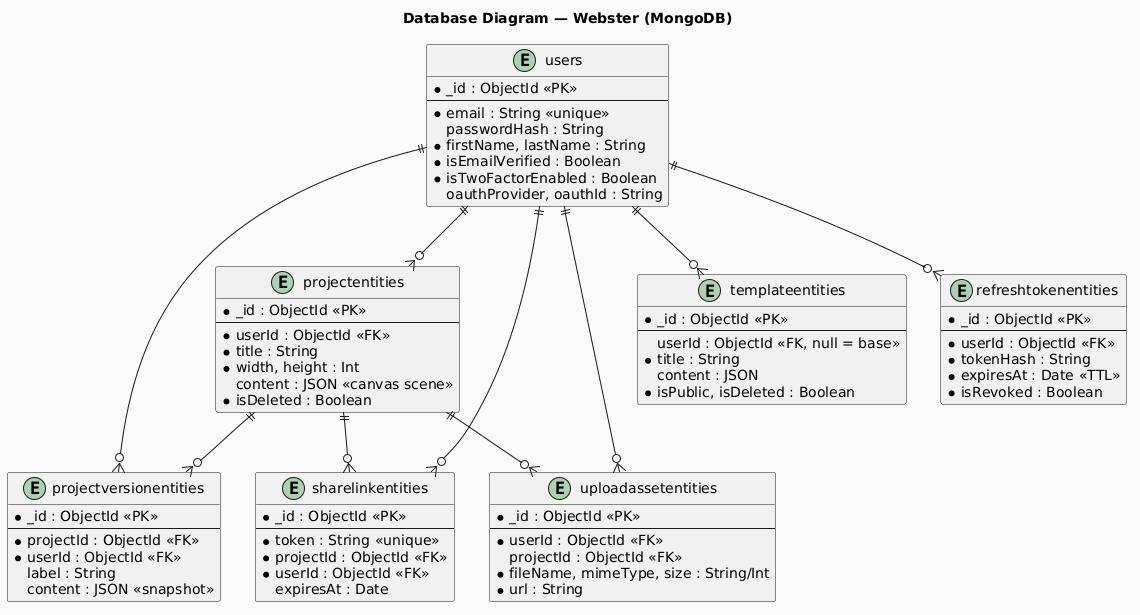
Before: apps/frontend/public/database.png, a diagram exported from PlantUML (Lordpluha/webster).
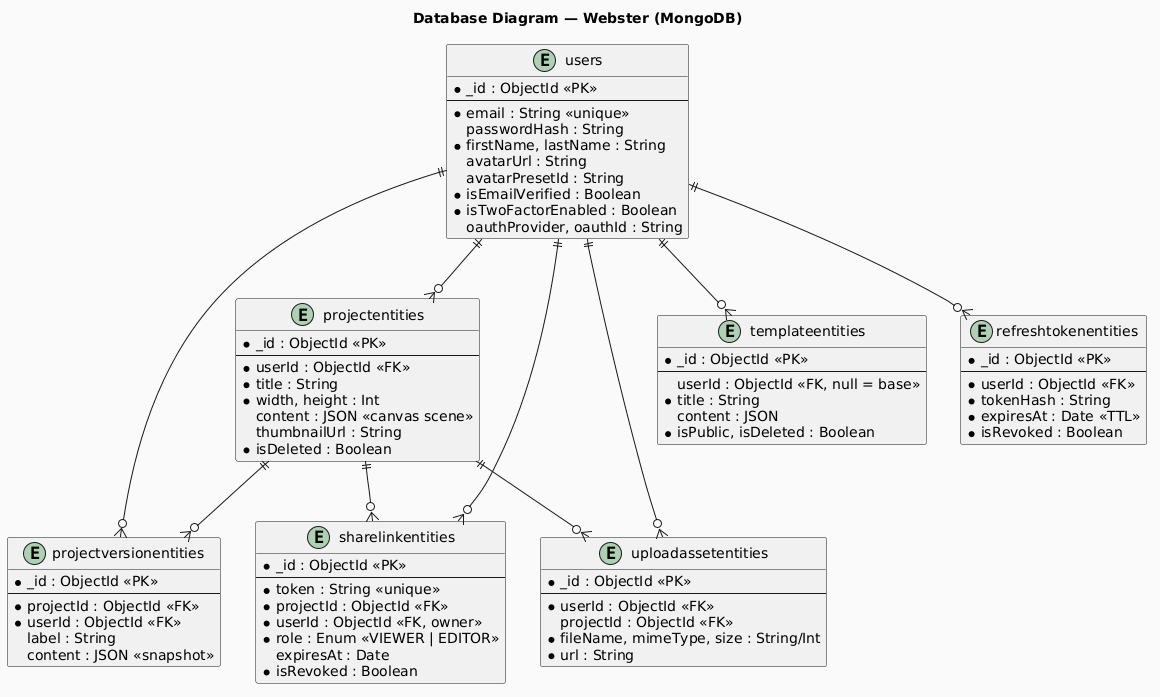
Later version of the same file.

Diff of the diagram source:
```diff
@@ -9,6 +9,8 @@
   * email : String <<unique>>
   passwordHash : String
   * firstName, lastName : String
+  avatarUrl : String
+  avatarPresetId : String
   * isEmailVerified : Boolean
   * isTwoFactorEnabled : Boolean
   oauthProvider, oauthId : String
@@ -21,6 +23,7 @@
   * title : String
   * width, height : Int
   content : JSON <<canvas scene>>
+  thumbnailUrl : String
   * isDeleted : Boolean
 }
 
@@ -56,8 +59,10 @@
   --
   * token : String <<unique>>
   * projectId : ObjectId <<FK>>
-  * userId : ObjectId <<FK>>
+  * userId : ObjectId <<FK, owner>>
+  * role : Enum <<VIEWER | EDITOR>>
   expiresAt : Date
+  * isRevoked : Boolean
 }
 
 entity "uploadassetentities" as Upload {
@@ -68,6 +73,8 @@
   * fileName, mimeType, size : String/Int
   * url : String
 }
+
+
 
 User ||--o{ Project
 User ||--o{ Version
```
